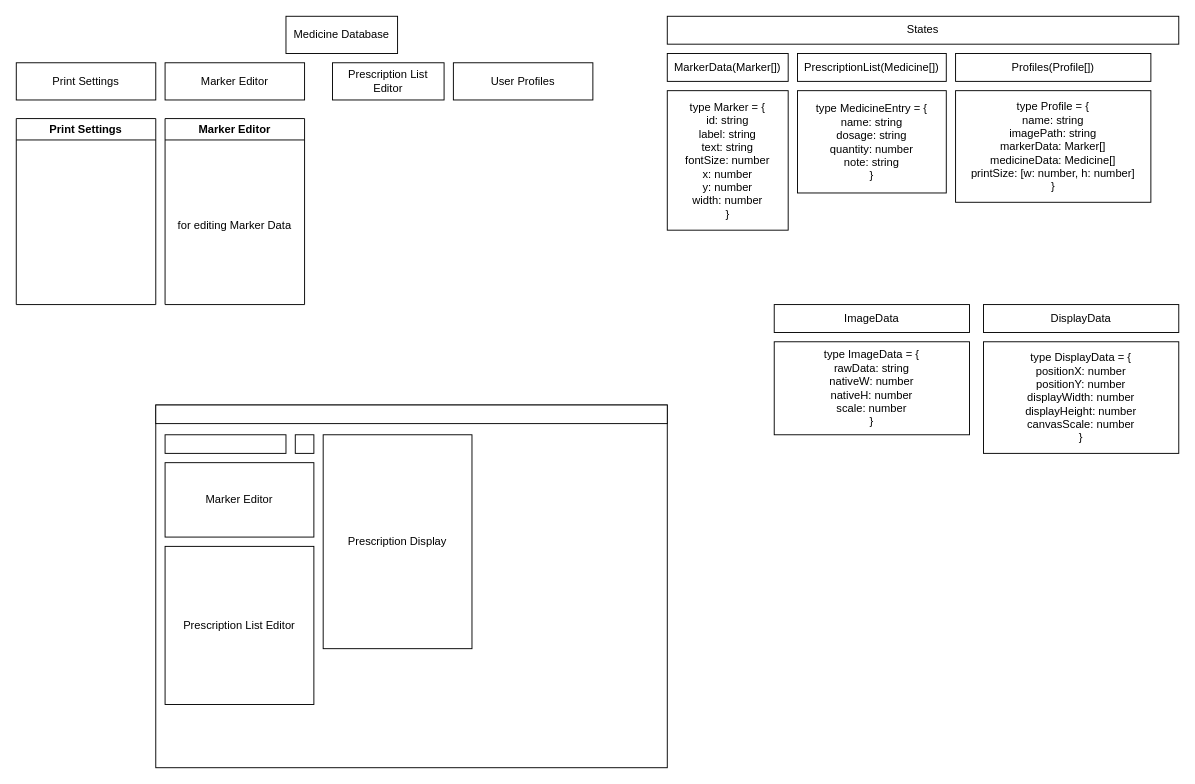
The draw.io diagram page "Structure" (2 of 4) of flowchart.drawio in jogaleon/prescription-writing-react-ts, before the edit. Source tidied: cells renumbered, new cells numbered last; positions are measured from the earlier drawing's top-left corner, leaving out a move shared by most shapes. Both pictures are drawn from the tidied source at 93%, with x=0, y=0 at pixel (16, 16).
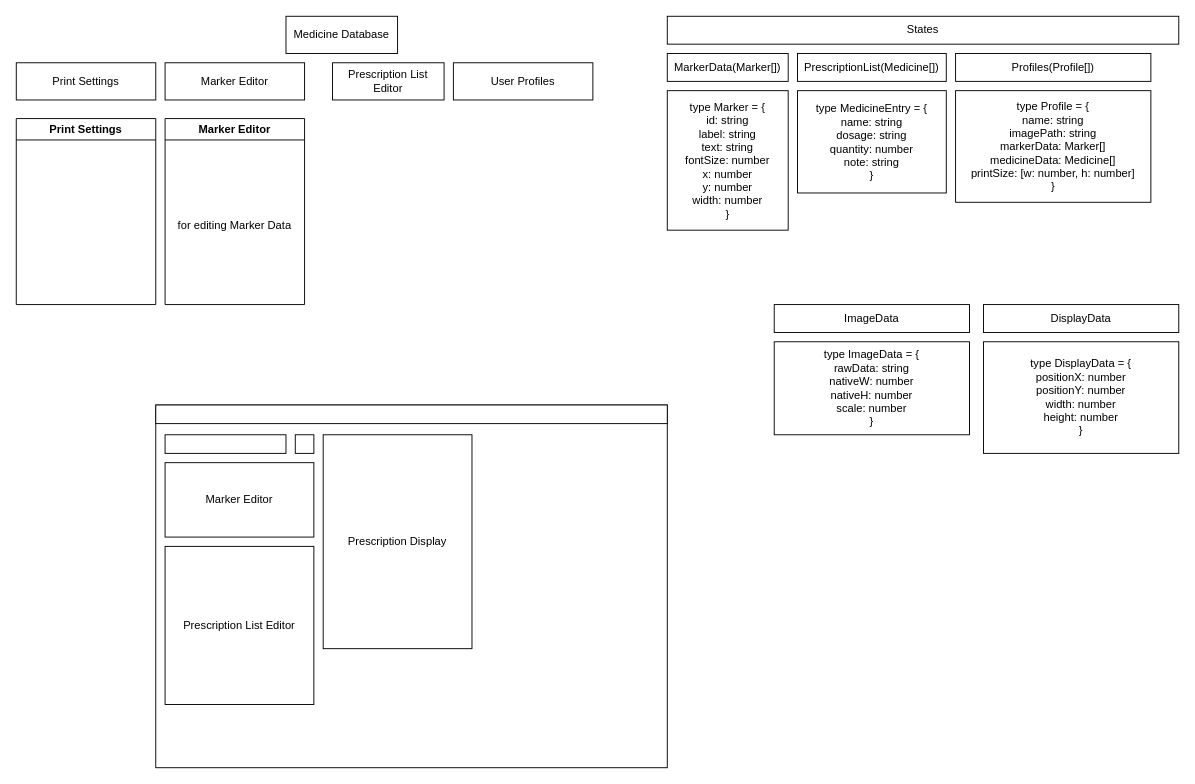
The same diagram, later.

Diff of the diagram source:
```diff
@@
-    <mxCell id="27" value="type DisplayData = {&lt;br&gt;positionX: number&lt;br&gt;positionY: number&lt;br&gt;displayWidth: number&lt;br&gt;displayHeight: number&lt;br&gt;canvasScale: number&lt;br&gt;}" style="rounded=0;whiteSpace=wrap;html=1;" parent="1" vertex="1">
+    <mxCell id="27" value="type DisplayData = {&lt;br&gt;positionX: number&lt;br&gt;positionY: number&lt;br&gt;width: number&lt;br&gt;height: number&lt;br&gt;}" style="rounded=0;whiteSpace=wrap;html=1;" parent="1" vertex="1">
       <mxGeometry x="1040" y="350" width="210" height="120" as="geometry" />
     </mxCell>
```
